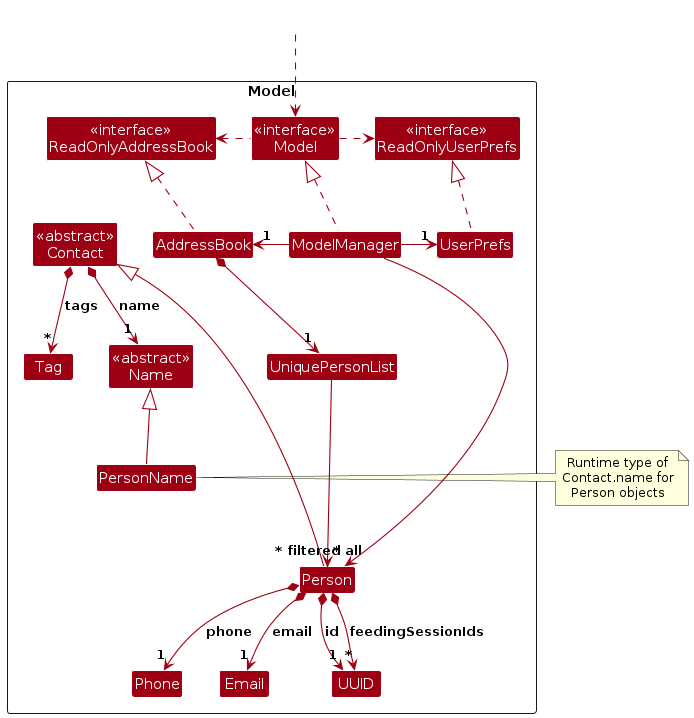
This is diagrams/ModelPersonClassDiagram.png from AY2526S1-CS2103T-W14-3/tp, a PlantUML export, as it was before one commit. Its source is kept beside it as diagrams/ModelPersonClassDiagram.puml.
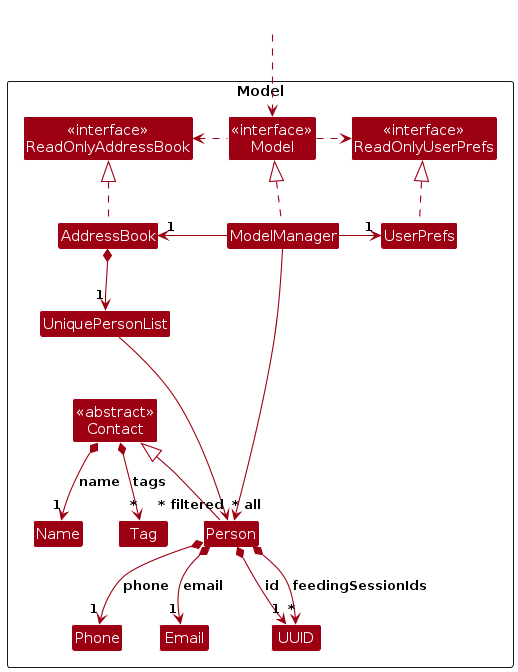
The same file after the commit.

What changed in the source:
```diff
@@ -16,8 +16,7 @@
 Class "<<abstract>>\nContact" as Contact
 Class Person
 Class Email
-Class "<<abstract>>\nName" as Name
-Class PersonName
+Class Name
 Class Phone
 Class Tag
 Class UUID
@@ -44,9 +43,6 @@
 Contact *--> "1" Name : name
 Contact *--> "*" Tag : tags
 
-PersonName -up-|> Name
-PersonName .[hidden].> Person
-
 Person *--> "1" UUID : id
 Person *--> "1" Phone : phone
 Person *--> "1" Email : email
@@ -59,10 +55,4 @@
 
 ModelManager --> "~* filtered" Person
 
-note left of PersonName
-  Runtime type of
-  Contact.name for
-  Person objects
-end note
-
 @enduml
```
